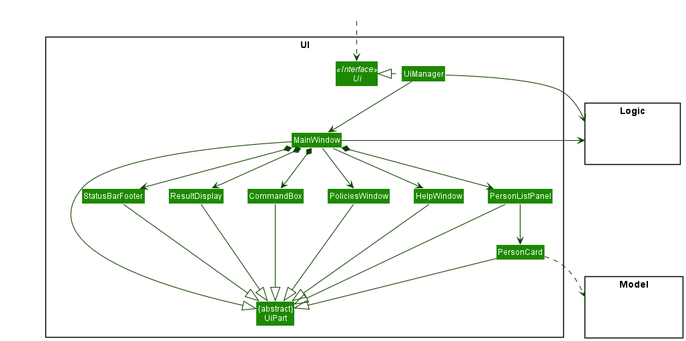
The PlantUML diagram docs/images/UiClassDiagram.png in nus-cs2103-AY2021S2/tp, before a commit.
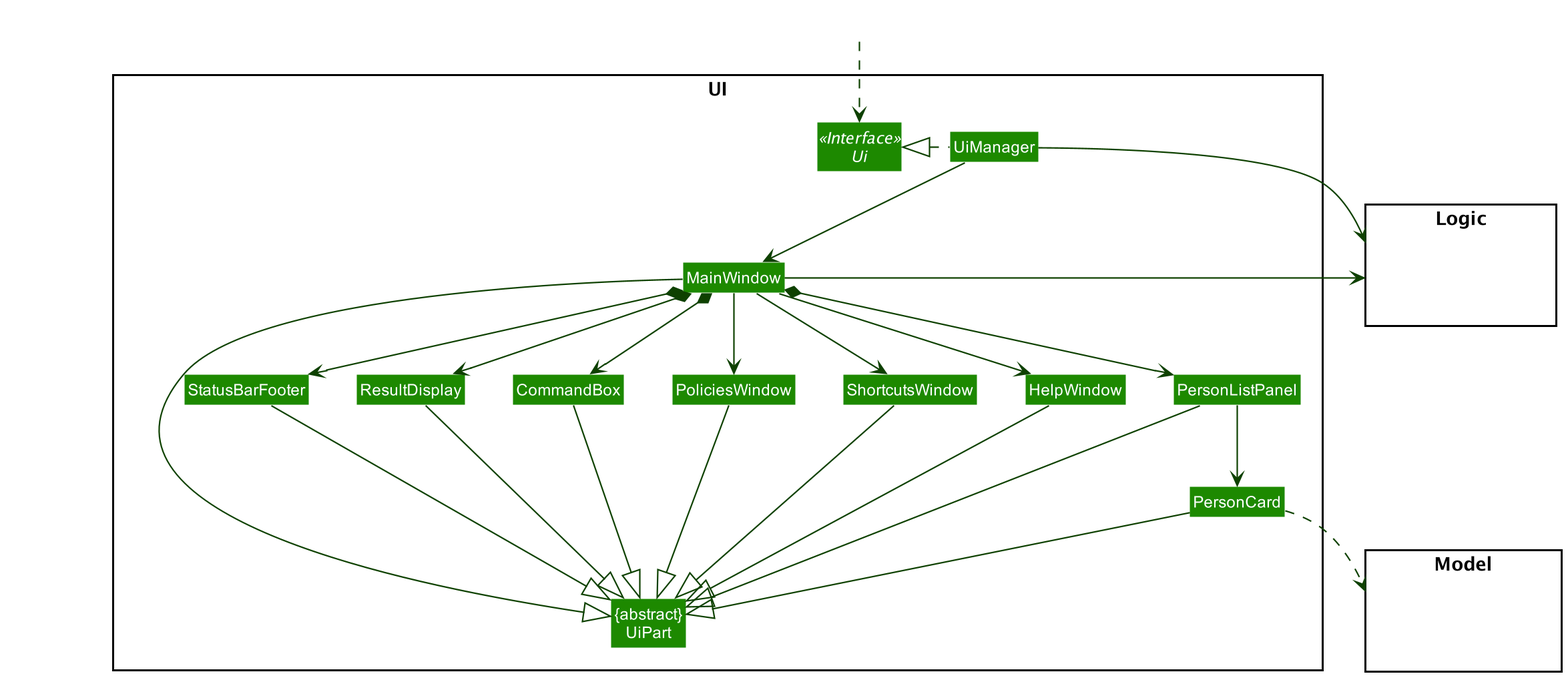
Later version of the same file.

Diff of the diagram source:
```diff
@@ -16,6 +16,7 @@
 Class PersonCard
 Class StatusBarFooter
 Class CommandBox
+Class ShortcutsWindow
 }
 
 package Model <<Rectangle>> {
@@ -33,6 +34,7 @@
 UiManager -down-> MainWindow
 MainWindow --> HelpWindow
 MainWindow --> PoliciesWindow
+MainWindow --> ShortcutsWindow
 MainWindow *-down-> CommandBox
 MainWindow *-down-> ResultDisplay
 MainWindow *-down-> PersonListPanel
@@ -49,6 +51,7 @@
 StatusBarFooter --|> UiPart
 HelpWindow -down-|> UiPart
 PoliciesWindow -down-|> UiPart
+ShortcutsWindow -down-|> UiPart
 
 PersonCard ..> Model
 UiManager -right-> Logic
@@ -57,6 +60,8 @@
 PersonListPanel -[hidden]left- HelpWindow
 HelpWindow -[hidden]left- PoliciesWindow
 PoliciesWindow -[hidden]left- CommandBox
+HelpWindow -[hidden]left- CommandBox
+ShortcutsWindow -[hidden]left- CommandBox
 CommandBox -[hidden]left- ResultDisplay
 ResultDisplay -[hidden]left- StatusBarFooter
 
```
